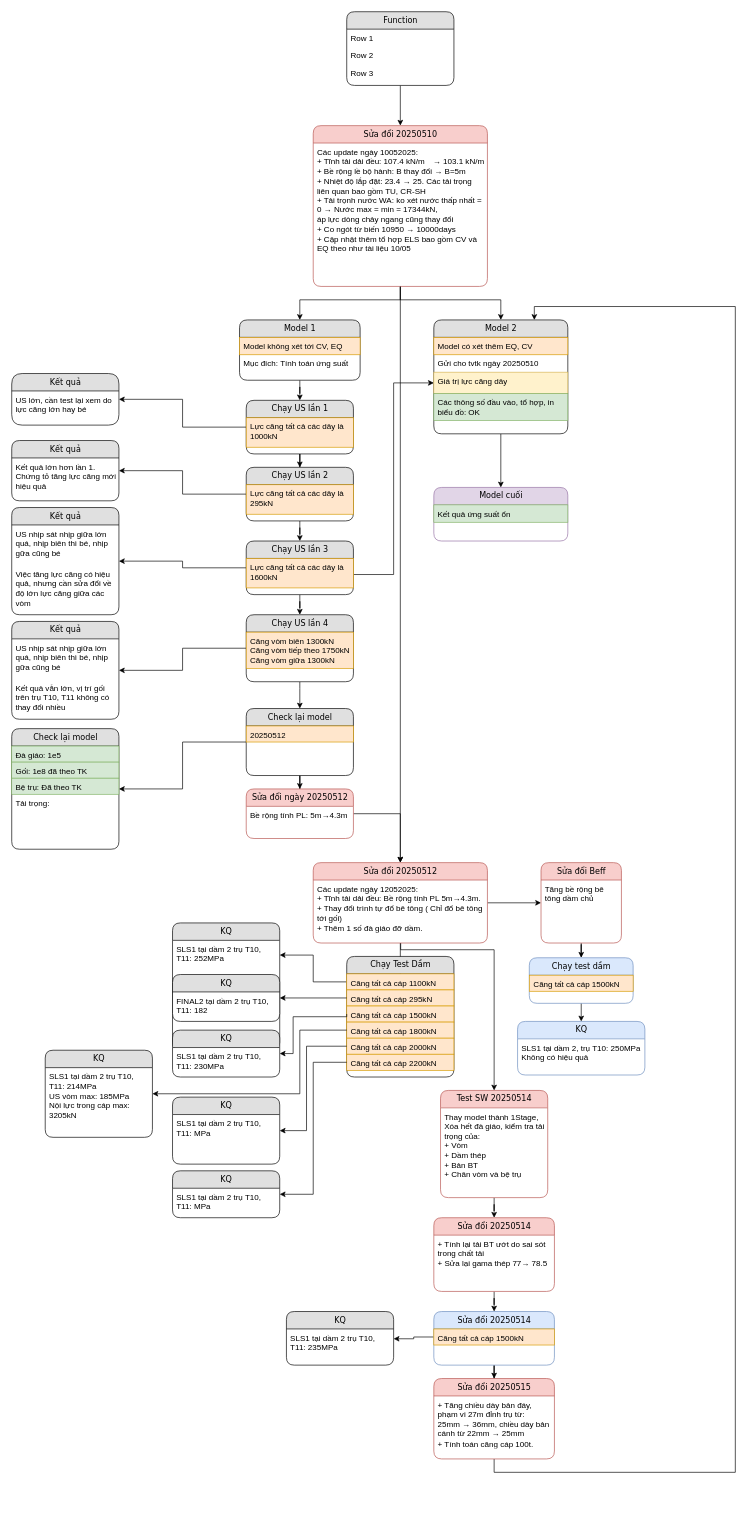
This is An Dong Br/Process.drawio from nnh92/Home-Works, a draw.io file, before an edit. Source tidied: cells renumbered, new cells numbered last; positions are measured from the earlier drawing's top-left corner, leaving out a move shared by most shapes. Both pictures are drawn from the tidied source at 67%, with x=0, y=0 at pixel (11, 11).
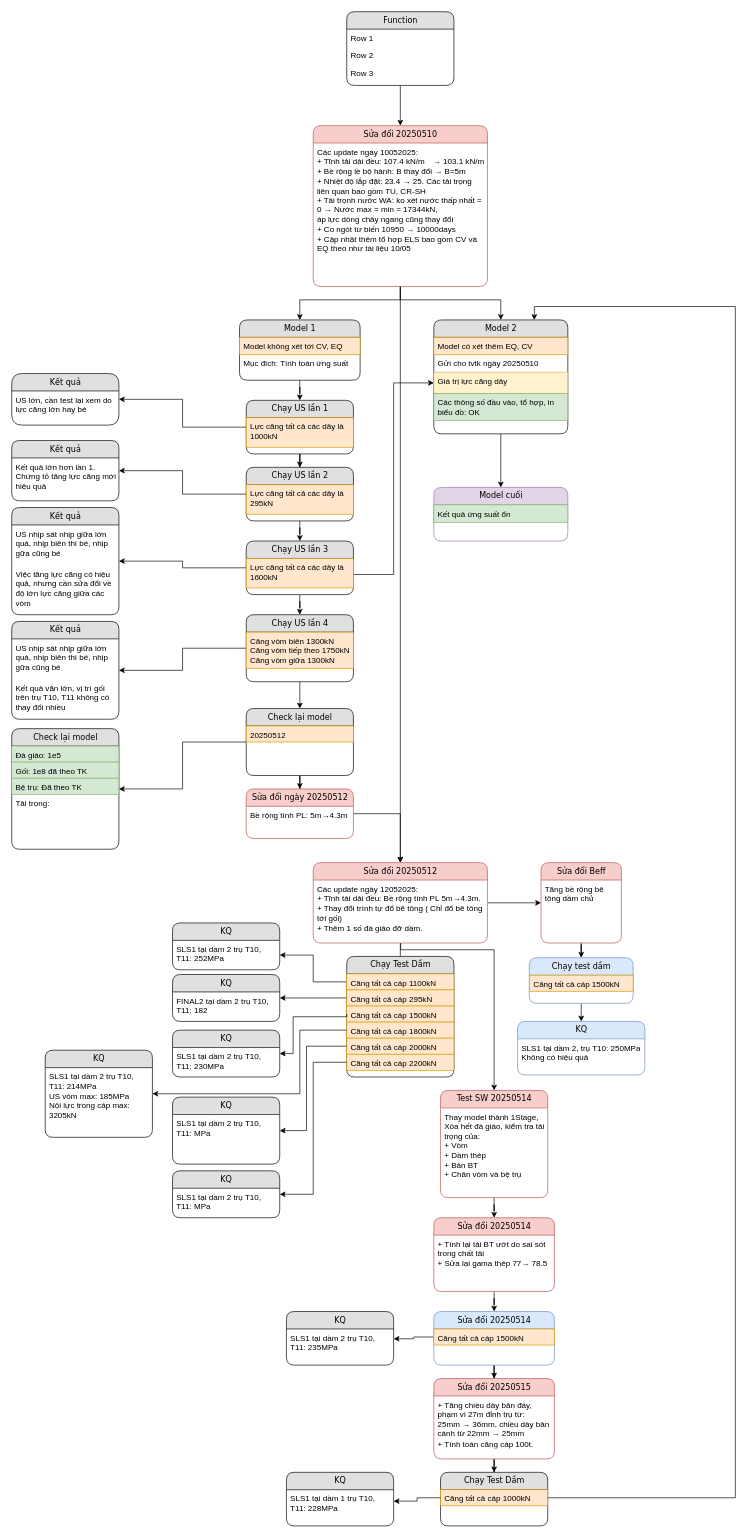
After the change.

Commit message:
Cập nhật Process.drawio

Unchanged cells that the change refers to:
```xml
<mxCell id="34" value="Model 2" style="swimlane;html=1;fontStyle=0;horizontal=1;startSize=26;fillColor=#e0e0e0;swimlaneFillColor=#ffffff;align=center;rounded=1;shadow=0;comic=0;labelBackgroundColor=none;strokeWidth=1;fontFamily=Verdana;fontSize=12;" parent="1" vertex="1">
  <mxGeometry x="630" y="460" width="200" height="170" as="geometry" />
</mxCell>
<mxCell id="114" value="Sửa đổi 20250515" style="swimlane;html=1;fontStyle=0;horizontal=1;startSize=26;fillColor=#f8cecc;swimlaneFillColor=#ffffff;align=center;rounded=1;shadow=0;comic=0;labelBackgroundColor=none;strokeWidth=1;fontFamily=Verdana;fontSize=12;strokeColor=#b85450;" parent="1" vertex="1">
  <mxGeometry x="630" y="2040" width="180" height="120" as="geometry" />
</mxCell>
```

Diff of the diagram source:
```diff
@@
-    <mxCell id="68" style="edgeStyle=orthogonalEdgeStyle;rounded=0;jettySize=auto;html=1;entryX=0.75;entryY=0;entryDx=0;entryDy=0;exitX=0.5;exitY=1;exitDx=0;exitDy=0;" parent="1" edge="1" source="114" target="34">
+    <mxCell id="68" style="edgeStyle=orthogonalEdgeStyle;rounded=0;jettySize=auto;html=1;entryX=0.75;entryY=0;entryDx=0;entryDy=0;exitX=1;exitY=0.5;exitDx=0;exitDy=0;" parent="1" edge="1" source="118" target="34">
       <mxGeometry relative="1" as="geometry">
         <Array as="points">
-          <mxPoint x="720" y="2180" />
-          <mxPoint x="1080" y="2180" />
+          <mxPoint x="1080" y="2218" />
           <mxPoint x="1080" y="440" />
           <mxPoint x="780" y="440" />
         </Array>
       </mxGeometry>
     </mxCell>
@@
     <mxCell id="78" value="KQ" style="swimlane;html=1;fontStyle=0;horizontal=1;startSize=26;fillColor=#e0e0e0;swimlaneFillColor=#ffffff;align=center;rounded=1;shadow=0;comic=0;labelBackgroundColor=none;strokeWidth=1;fontFamily=Verdana;fontSize=12;" parent="1" vertex="1">
-      <mxGeometry x="240" y="1360" width="160" height="190" as="geometry" />
+      <mxGeometry x="240" y="1360" width="160" height="70" as="geometry" />
     </mxCell>
@@
+    <mxCell id="116" style="edgeStyle=orthogonalEdgeStyle;rounded=0;jettySize=auto;html=1;entryX=0.5;entryY=0;entryDx=0;entryDy=0;" parent="1" edge="1" source="114" target="117">
+      <mxGeometry relative="1" as="geometry" />
+    </mxCell>
@@
+    <mxCell id="117" value="Chạy Test Dầm" style="swimlane;html=1;fontStyle=0;horizontal=1;startSize=26;fillColor=#e0e0e0;swimlaneFillColor=#ffffff;align=center;rounded=1;shadow=0;comic=0;labelBackgroundColor=none;strokeWidth=1;fontFamily=Verdana;fontSize=12;" parent="1" vertex="1">
+      <mxGeometry x="640" y="2180" width="160" height="80" as="geometry" />
+    </mxCell>
+    <mxCell id="118" value="Căng tất cả cáp 1000kN" style="text;html=1;strokeColor=#d79b00;fillColor=#ffe6cc;spacingLeft=4;spacingRight=4;whiteSpace=wrap;overflow=hidden;points=[[0,0.5],[1,0.5]];portConstraint=eastwest;" parent="117" vertex="1">
+      <mxGeometry y="26" width="160" height="24" as="geometry" />
+    </mxCell>
+    <mxCell id="119" value="KQ" style="swimlane;html=1;fontStyle=0;horizontal=1;startSize=26;fillColor=#e0e0e0;swimlaneFillColor=#ffffff;align=center;rounded=1;shadow=0;comic=0;labelBackgroundColor=none;strokeWidth=1;fontFamily=Verdana;fontSize=12;" parent="1" vertex="1">
+      <mxGeometry x="410" y="2180" width="160" height="80" as="geometry" />
+    </mxCell>
+    <mxCell id="120" value="SLS1 tại dầm 1 trụ T10, T11: 228MPa" style="text;html=1;spacingLeft=4;spacingRight=4;whiteSpace=wrap;overflow=hidden;points=[[0,0.5],[1,0.5]];portConstraint=eastwest;" parent="119" vertex="1">
+      <mxGeometry y="26" width="160" height="34" as="geometry" />
+    </mxCell>
+    <mxCell id="121" style="edgeStyle=orthogonalEdgeStyle;rounded=0;jettySize=auto;html=1;" parent="1" edge="1" source="118" target="120">
+      <mxGeometry relative="1" as="geometry" />
+    </mxCell>
```
